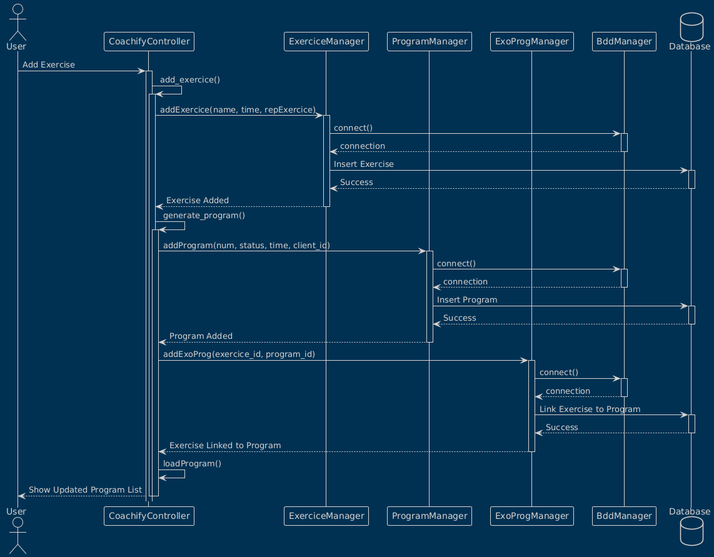
This is documentations/Diagrams/Coachify_exo_prog_sequence_diagram.png from SafiBougherara/Coachify, a PlantUML export, as it was before one commit. Its diagram source:
```plantuml
@startuml
!theme blueprint

actor User
participant "CoachifyController" as CC
participant "ExerciceManager" as EM
participant "ProgramManager" as PM
participant "ExoProgManager" as EPM
participant "BddManager" as BM
database "Database" as DB

User -> CC: Add Exercise
activate CC

CC -> CC: add_exercice()
activate CC

CC -> EM: addExercice(name, time, repExercice)
activate EM

EM -> BM: connect()
activate BM
BM --> EM: connection
deactivate BM

EM -> DB: Insert Exercise
activate DB
DB --> EM: Success
deactivate DB

EM --> CC: Exercise Added
deactivate EM

CC -> CC: generate_program()
activate CC

CC -> PM: addProgram(num, status, time, client_id)
activate PM

PM -> BM: connect()
activate BM
BM --> PM: connection
deactivate BM

PM -> DB: Insert Program
activate DB
DB --> PM: Success
deactivate DB

PM --> CC: Program Added
deactivate PM

CC -> EPM: addExoProg(exercice_id, program_id)
activate EPM

EPM -> BM: connect()
activate BM
BM --> EPM: connection
deactivate BM

EPM -> DB: Link Exercise to Program
activate DB
DB --> EPM: Success
deactivate DB

EPM --> CC: Exercise Linked to Program
deactivate EPM

CC -> CC: loadProgram()
CC --> User: Show Updated Program List
deactivate CC
deactivate CC
@enduml
```
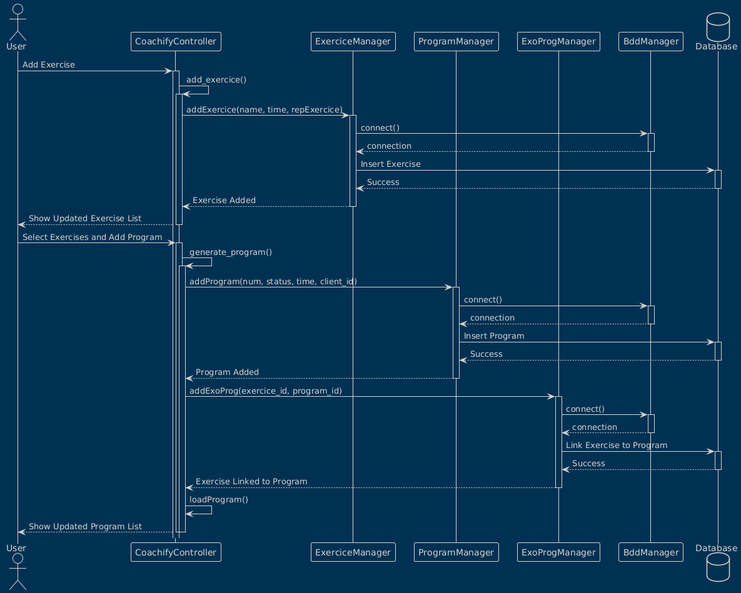
Above is the later version.

Commit message:
fix_exo_prog_diagram_and_uml

What changed in the source:
```diff
@@ -30,6 +30,12 @@
 
 EM --> CC: Exercise Added
 deactivate EM
+
+CC --> User: Show Updated Exercise List
+deactivate CC
+
+User -> CC: Select Exercises and Add Program
+activate CC
 
 CC -> CC: generate_program()
 activate CC
```
